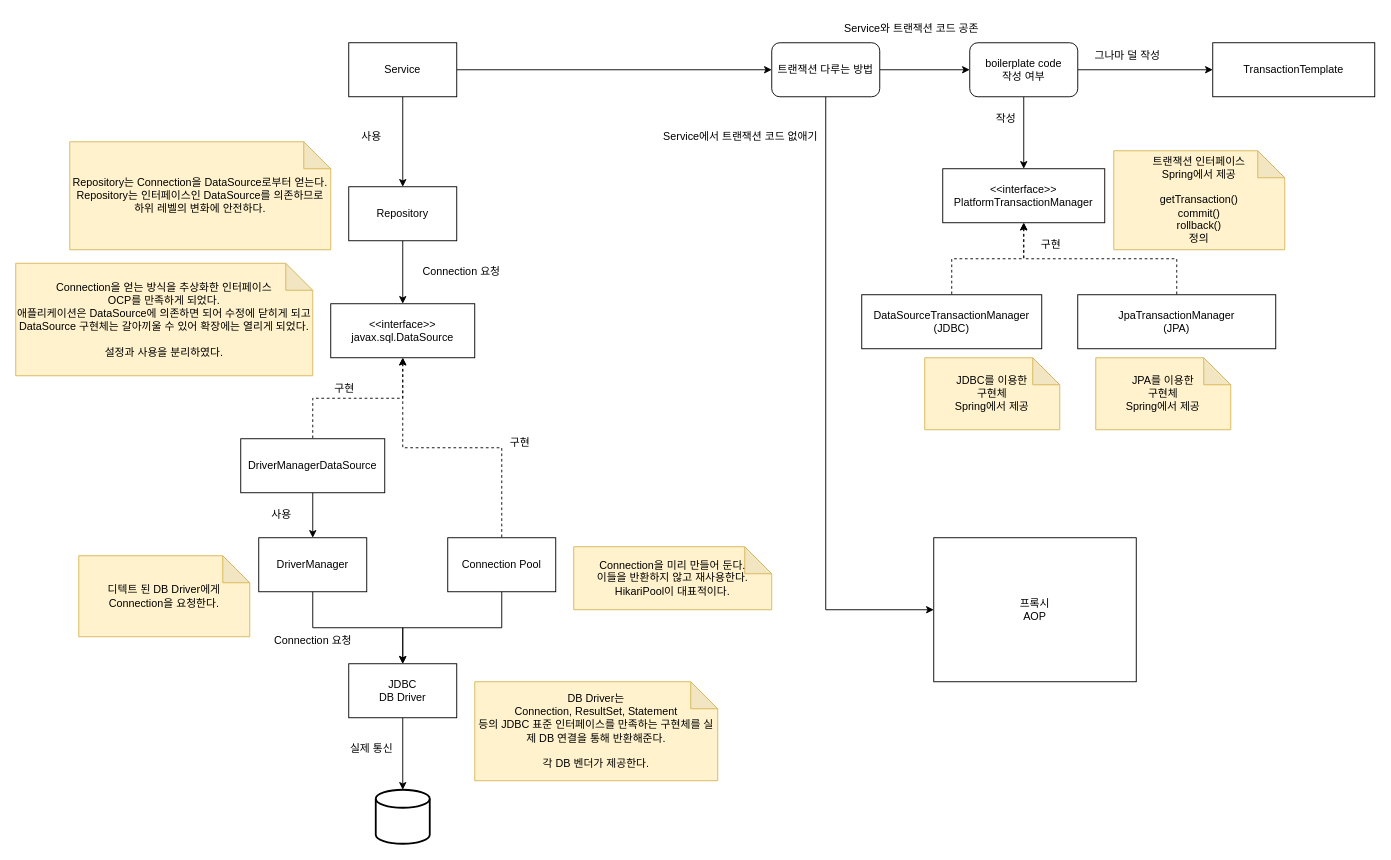
Before: notes/summary.drawio in OldRabbit736/spring-db-1-core-principle-inflearn, a draw.io diagram. Source tidied: cells renumbered, new cells numbered last; positions are measured from the earlier drawing's top-left corner, leaving out a move shared by most shapes. Both pictures are drawn from the tidied source at 90%, with x=0, y=0 at pixel (15, 15).
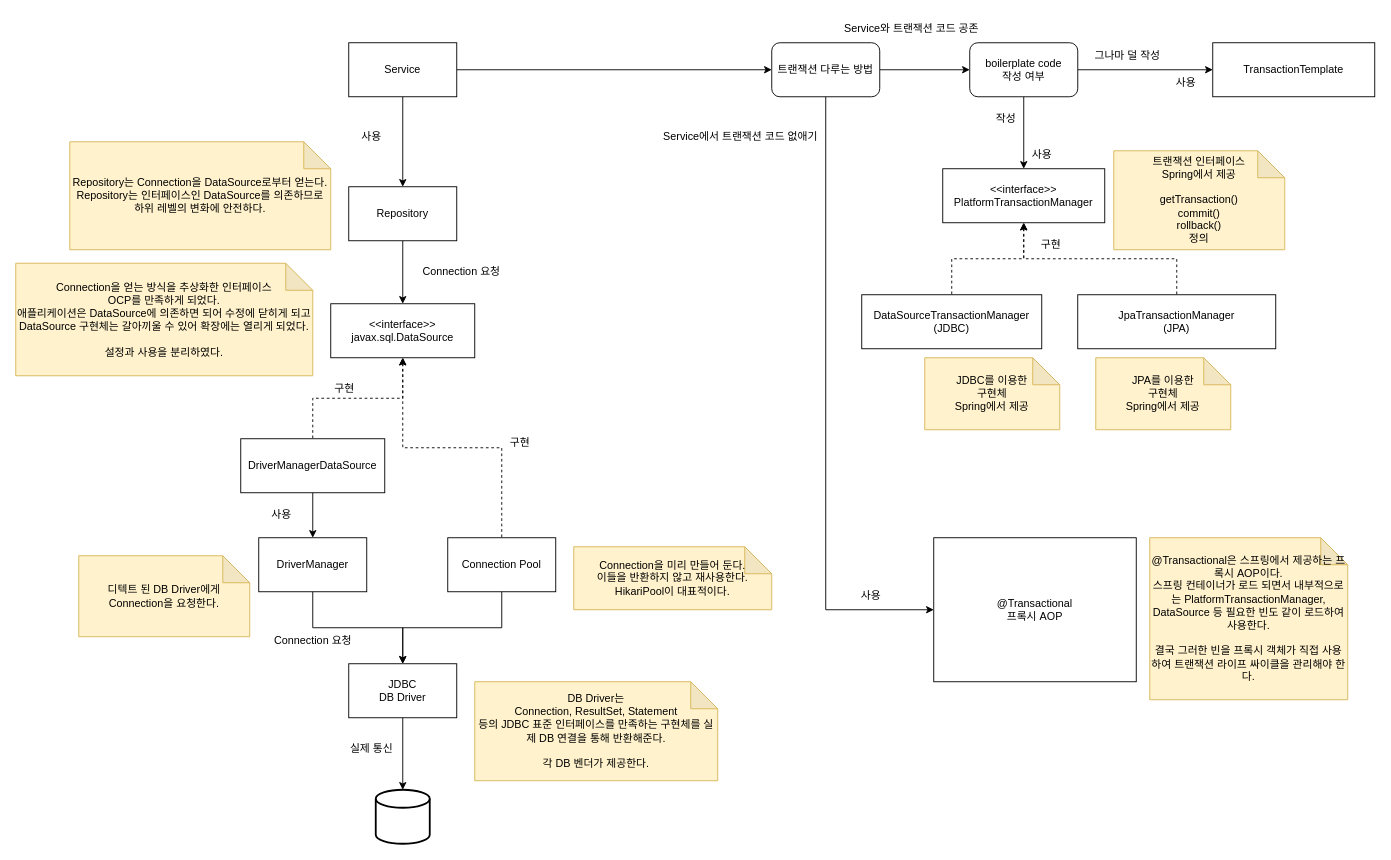
After the change.

Commit message (it also covers changes not shown here):
완료: 스프링과 문제 해결 - 트랜잭션 | 트랜잭션 문제 해결 - 트랜잭션 AOP 적용

The edit, as a diff of the source:
```diff
@@
-    <mxCell id="46" value="프록시&lt;br&gt;AOP" style="rounded=0;whiteSpace=wrap;html=1;" parent="1" vertex="1">
+    <mxCell id="46" value="@Transactional&lt;br&gt;프록시 AOP" style="rounded=0;whiteSpace=wrap;html=1;" parent="1" vertex="1">
       <mxGeometry x="1020" y="580" width="225" height="160" as="geometry" />
     </mxCell>
@@
+    <mxCell id="52" value="사용" style="text;html=1;align=center;verticalAlign=middle;strokeColor=none;fillColor=none;" parent="1" vertex="1">
+      <mxGeometry x="1120" y="140" width="40" height="30" as="geometry" />
+    </mxCell>
+    <mxCell id="53" value="사용" style="text;html=1;align=center;verticalAlign=middle;strokeColor=none;fillColor=none;" parent="1" vertex="1">
+      <mxGeometry x="1280" y="60" width="40" height="30" as="geometry" />
+    </mxCell>
+    <mxCell id="54" value="사용" style="text;html=1;align=center;verticalAlign=middle;strokeColor=none;fillColor=none;" parent="1" vertex="1">
+      <mxGeometry x="930" y="630" width="40" height="30" as="geometry" />
+    </mxCell>
+    <mxCell id="55" value="@Transactional은 스프링에서 제공하는 프록시 AOP이다.&lt;br&gt;스프링 컨테이너가 로드 되면서 내부적으로는 PlatformTransactionManager, DataSource 등 필요한 빈도 같이 로드하여 사용한다.&lt;br&gt;&lt;br&gt;결국 그러한 빈을 프록시 객체가 직접 사용하여 트랜잭션 라이프 싸이클을 관리해야 한다." style="shape=note;whiteSpace=wrap;html=1;backgroundOutline=1;darkOpacity=0.05;fillColor=#fff2cc;strokeColor=#d6b656;" parent="1" vertex="1">
+      <mxGeometry x="1260" y="580" width="220" height="180" as="geometry" />
+    </mxCell>
```
